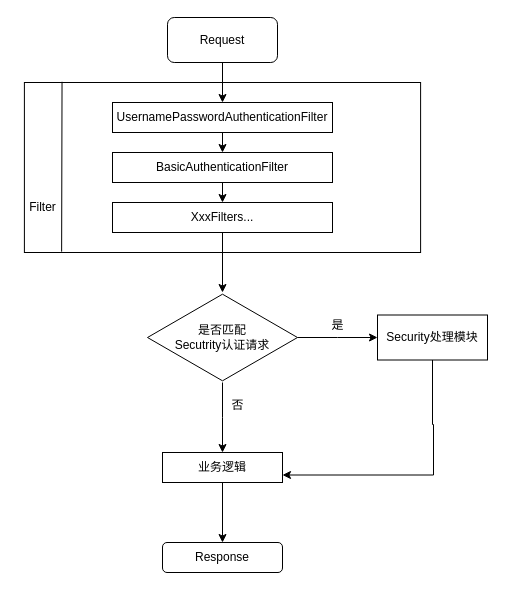
This is 基本认证核心.drawio from lixi47/java--, a draw.io file, before an edit. Source tidied: cells renumbered, new cells numbered last; positions are measured from the earlier drawing's top-left corner, leaving out a move shared by most shapes. Both pictures are drawn from the tidied source at 100%, with x=0, y=0 at pixel (17, 17).
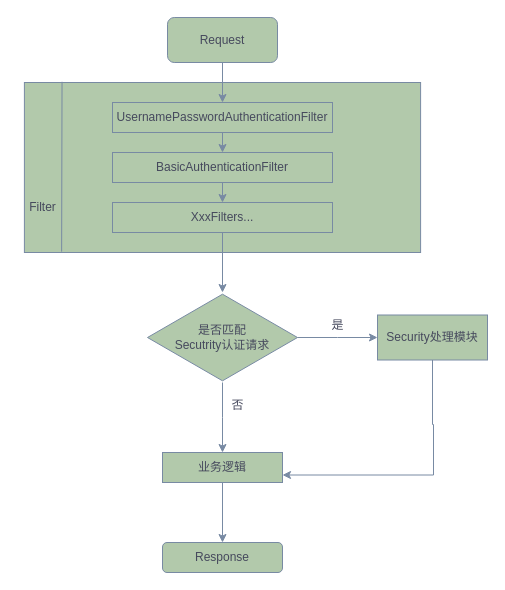
The same diagram, later.

Commit message (it also covers changes not shown here):
更新基本认证核心.drawio

The edit, as a diff of the source:
```diff
@@
-    <mxCell id="2" value="Request" style="rounded=1;whiteSpace=wrap;html=1;" parent="1" vertex="1">
+    <mxCell id="2" value="Request" style="rounded=1;whiteSpace=wrap;html=1;labelBackgroundColor=none;fillColor=#B2C9AB;strokeColor=#788AA3;fontColor=#46495D;" parent="1" vertex="1">
       <mxGeometry x="150" width="110" height="45" as="geometry" />
     </mxCell>
-    <mxCell id="3" style="rounded=0;whiteSpace=wrap;html=1;" parent="1" vertex="1">
+    <mxCell id="3" style="rounded=0;whiteSpace=wrap;html=1;labelBackgroundColor=none;fillColor=#B2C9AB;strokeColor=#788AA3;fontColor=#46495D;" parent="1" vertex="1">
       <mxGeometry x="6.9" y="65" width="396.2" height="170" as="geometry" />
     </mxCell>
-    <mxCell id="4" style="endArrow=none;html=1;rounded=0;exitX=0.095;exitY=-0.004;exitDx=0;exitDy=0;exitPerimeter=0;entryX=0.094;entryY=0.995;entryDx=0;entryDy=0;entryPerimeter=0;" parent="1" edge="1" source="3" target="3">
+    <mxCell id="4" style="endArrow=none;html=1;rounded=0;exitX=0.095;exitY=-0.004;exitDx=0;exitDy=0;exitPerimeter=0;entryX=0.094;entryY=0.995;entryDx=0;entryDy=0;entryPerimeter=0;labelBackgroundColor=none;strokeColor=#788AA3;fontColor=default;" parent="1" edge="1" source="3" target="3">
       <mxGeometry relative="1" as="geometry" />
     </mxCell>
-    <mxCell id="5" value="UsernamePasswordAuthenticationFilter" style="rounded=0;whiteSpace=wrap;html=1;" parent="1" vertex="1">
+    <mxCell id="5" value="UsernamePasswordAuthenticationFilter" style="rounded=0;whiteSpace=wrap;html=1;labelBackgroundColor=none;fillColor=#B2C9AB;strokeColor=#788AA3;fontColor=#46495D;" parent="1" vertex="1">
       <mxGeometry x="95" y="85" width="220" height="30" as="geometry" />
     </mxCell>
-    <mxCell id="6" value="Filter" style="text;html=1;align=center;verticalAlign=middle;strokeColor=none;fillColor=none;" parent="1" vertex="1">
+    <mxCell id="6" value="Filter" style="text;html=1;align=center;verticalAlign=middle;strokeColor=none;fillColor=none;labelBackgroundColor=none;fontColor=#46495D;" parent="1" vertex="1">
       <mxGeometry y="175" width="50" height="30" as="geometry" />
     </mxCell>
-    <mxCell id="7" value="BasicAuthenticationFilter" style="rounded=0;whiteSpace=wrap;html=1;" parent="1" vertex="1">
+    <mxCell id="7" value="BasicAuthenticationFilter" style="rounded=0;whiteSpace=wrap;html=1;labelBackgroundColor=none;fillColor=#B2C9AB;strokeColor=#788AA3;fontColor=#46495D;" parent="1" vertex="1">
       <mxGeometry x="95" y="135" width="220" height="30" as="geometry" />
     </mxCell>
-    <mxCell id="8" value="XxxFilters..." style="rounded=0;whiteSpace=wrap;html=1;" parent="1" vertex="1">
+    <mxCell id="8" value="XxxFilters..." style="rounded=0;whiteSpace=wrap;html=1;labelBackgroundColor=none;fillColor=#B2C9AB;strokeColor=#788AA3;fontColor=#46495D;" parent="1" vertex="1">
       <mxGeometry x="95" y="185" width="220" height="30" as="geometry" />
     </mxCell>
-    <mxCell id="9" style="endArrow=classic;html=1;rounded=0;exitX=0.5;exitY=1;exitDx=0;exitDy=0;" parent="1" edge="1" source="2" target="5">
+    <mxCell id="9" style="endArrow=classic;html=1;rounded=0;exitX=0.5;exitY=1;exitDx=0;exitDy=0;labelBackgroundColor=none;strokeColor=#788AA3;fontColor=default;" parent="1" edge="1" source="2" target="5">
       <mxGeometry relative="1" as="geometry" />
     </mxCell>
-    <mxCell id="10" style="endArrow=classic;html=1;rounded=0;exitX=0.5;exitY=1;exitDx=0;exitDy=0;entryX=0.5;entryY=0;entryDx=0;entryDy=0;" parent="1" edge="1" source="5" target="7">
+    <mxCell id="10" style="endArrow=classic;html=1;rounded=0;exitX=0.5;exitY=1;exitDx=0;exitDy=0;entryX=0.5;entryY=0;entryDx=0;entryDy=0;labelBackgroundColor=none;strokeColor=#788AA3;fontColor=default;" parent="1" edge="1" source="5" target="7">
       <mxGeometry relative="1" as="geometry" />
     </mxCell>
-    <mxCell id="11" style="endArrow=classic;html=1;rounded=0;exitX=0.5;exitY=1;exitDx=0;exitDy=0;" parent="1" edge="1" source="7" target="8">
+    <mxCell id="11" style="endArrow=classic;html=1;rounded=0;exitX=0.5;exitY=1;exitDx=0;exitDy=0;labelBackgroundColor=none;strokeColor=#788AA3;fontColor=default;" parent="1" edge="1" source="7" target="8">
       <mxGeometry relative="1" as="geometry" />
     </mxCell>
-    <mxCell id="12" style="endArrow=classic;html=1;rounded=0;exitX=0.5;exitY=1;exitDx=0;exitDy=0;" parent="1" edge="1" source="8" target="15">
+    <mxCell id="12" style="endArrow=classic;html=1;rounded=0;exitX=0.5;exitY=1;exitDx=0;exitDy=0;labelBackgroundColor=none;strokeColor=#788AA3;fontColor=default;" parent="1" edge="1" source="8" target="15">
       <mxGeometry relative="1" as="geometry" />
     </mxCell>
-    <mxCell id="13" style="edgeStyle=orthogonalEdgeStyle;rounded=0;jettySize=auto;html=1;" parent="1" edge="1" source="15">
+    <mxCell id="13" style="edgeStyle=orthogonalEdgeStyle;rounded=0;jettySize=auto;html=1;labelBackgroundColor=none;strokeColor=#788AA3;fontColor=default;" parent="1" edge="1" source="15">
       <mxGeometry relative="1" as="geometry">
         <mxPoint x="360" y="320" as="targetPoint" />
       </mxGeometry>
     </mxCell>
-    <mxCell id="14" style="edgeStyle=orthogonalEdgeStyle;rounded=0;jettySize=auto;html=1;" parent="1" edge="1" source="15">
+    <mxCell id="14" style="edgeStyle=orthogonalEdgeStyle;rounded=0;jettySize=auto;html=1;labelBackgroundColor=none;strokeColor=#788AA3;fontColor=default;" parent="1" edge="1" source="15">
       <mxGeometry relative="1" as="geometry">
         <mxPoint x="205" y="435" as="targetPoint" />
       </mxGeometry>
     </mxCell>
-    <mxCell id="15" value="是否匹配&lt;div&gt;Secutrity认证请求&lt;/div&gt;" style="html=1;whiteSpace=wrap;shape=isoRectangle;" parent="1" vertex="1">
+    <mxCell id="15" value="是否匹配&lt;div&gt;Secutrity认证请求&lt;/div&gt;" style="html=1;whiteSpace=wrap;shape=isoRectangle;labelBackgroundColor=none;fillColor=#B2C9AB;strokeColor=#788AA3;fontColor=#46495D;" parent="1" vertex="1">
       <mxGeometry x="130" y="275" width="150" height="90" as="geometry" />
     </mxCell>
-    <mxCell id="16" value="是" style="text;html=1;align=center;verticalAlign=middle;strokeColor=none;fillColor=none;" parent="1" vertex="1">
+    <mxCell id="16" value="是" style="text;html=1;align=center;verticalAlign=middle;strokeColor=none;fillColor=none;labelBackgroundColor=none;fontColor=#46495D;" parent="1" vertex="1">
       <mxGeometry x="300" y="293" width="40" height="30" as="geometry" />
     </mxCell>
-    <mxCell id="17" value="否" style="text;html=1;align=center;verticalAlign=middle;strokeColor=none;fillColor=none;" parent="1" vertex="1">
+    <mxCell id="17" value="否" style="text;html=1;align=center;verticalAlign=middle;strokeColor=none;fillColor=none;labelBackgroundColor=none;fontColor=#46495D;" parent="1" vertex="1">
       <mxGeometry x="200" y="373" width="40" height="30" as="geometry" />
     </mxCell>
-    <mxCell id="18" style="edgeStyle=orthogonalEdgeStyle;rounded=0;jettySize=auto;html=1;" parent="1" edge="1" source="19" target="22">
+    <mxCell id="18" style="edgeStyle=orthogonalEdgeStyle;rounded=0;jettySize=auto;html=1;labelBackgroundColor=none;strokeColor=#788AA3;fontColor=default;" parent="1" edge="1" source="19" target="22">
       <mxGeometry relative="1" as="geometry" />
     </mxCell>
-    <mxCell id="19" value="业务逻辑" style="whiteSpace=wrap;html=1;" parent="1" vertex="1">
+    <mxCell id="19" value="业务逻辑" style="whiteSpace=wrap;html=1;labelBackgroundColor=none;fillColor=#B2C9AB;strokeColor=#788AA3;fontColor=#46495D;" parent="1" vertex="1">
       <mxGeometry x="145" y="435" width="120" height="30" as="geometry" />
     </mxCell>
-    <mxCell id="20" style="edgeStyle=orthogonalEdgeStyle;rounded=0;jettySize=auto;html=1;exitX=0.5;exitY=1;exitDx=0;exitDy=0;entryX=1;entryY=0.75;entryDx=0;entryDy=0;" parent="1" edge="1" source="21" target="19">
+    <mxCell id="20" style="edgeStyle=orthogonalEdgeStyle;rounded=0;jettySize=auto;html=1;exitX=0.5;exitY=1;exitDx=0;exitDy=0;entryX=1;entryY=0.75;entryDx=0;entryDy=0;labelBackgroundColor=none;strokeColor=#788AA3;fontColor=default;" parent="1" edge="1" source="21" target="19">
       <mxGeometry relative="1" as="geometry">
         <Array as="points">
           <mxPoint x="415" y="407" />
           <mxPoint x="416" y="407" />
           <mxPoint x="416" y="457" />
         </Array>
       </mxGeometry>
     </mxCell>
-    <mxCell id="21" value="Security处理模块" style="whiteSpace=wrap;html=1;" parent="1" vertex="1">
+    <mxCell id="21" value="Security处理模块" style="whiteSpace=wrap;html=1;labelBackgroundColor=none;fillColor=#B2C9AB;strokeColor=#788AA3;fontColor=#46495D;" parent="1" vertex="1">
       <mxGeometry x="360" y="297.5" width="110" height="45" as="geometry" />
     </mxCell>
-    <mxCell id="22" value="Response" style="rounded=1;whiteSpace=wrap;html=1;" parent="1" vertex="1">
+    <mxCell id="22" value="Response" style="rounded=1;whiteSpace=wrap;html=1;labelBackgroundColor=none;fillColor=#B2C9AB;strokeColor=#788AA3;fontColor=#46495D;" parent="1" vertex="1">
       <mxGeometry x="145" y="525" width="120" height="30" as="geometry" />
     </mxCell>
```
